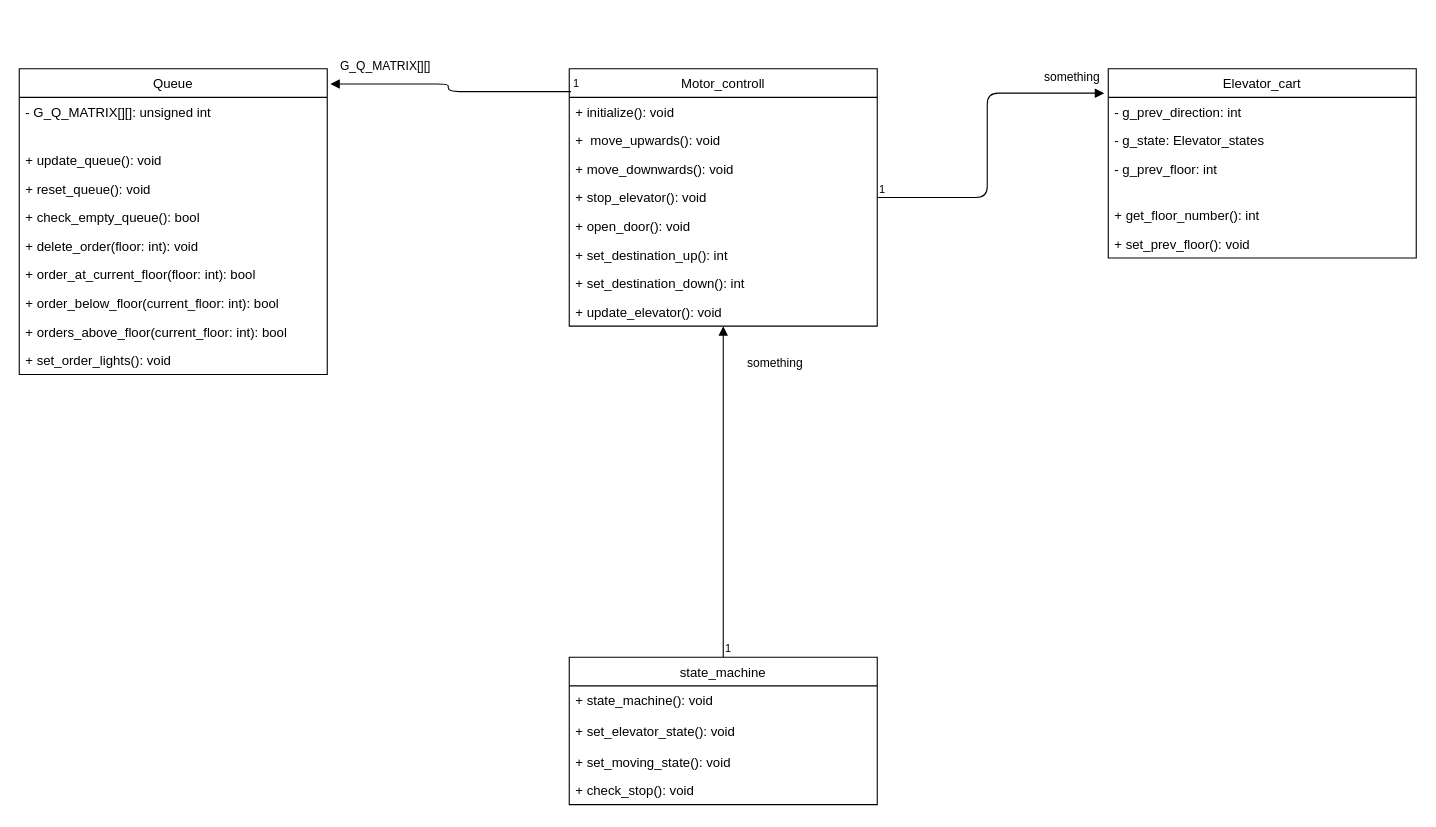
Earlier version of the draw.io diagram Untitled Diagram.drawio (aurorami1211/heilab). Source tidied: cells renumbered, new cells numbered last; positions are measured from the earlier drawing's top-left corner, leaving out a move shared by most shapes. Both pictures are drawn from the tidied source at 110%, with x=0, y=0 at pixel (19, 68).
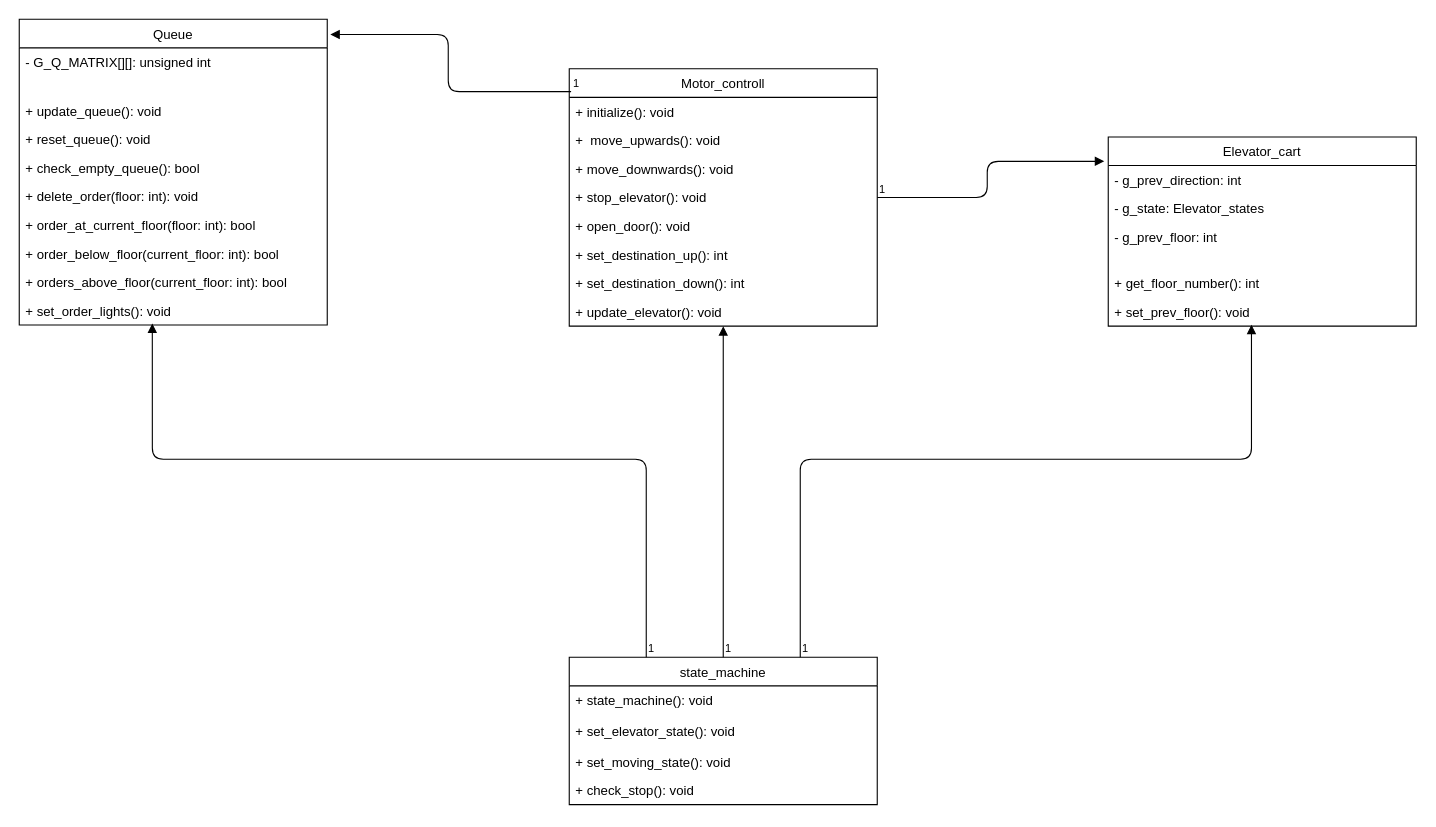
After the change.

Unchanged cells that the change refers to:
```xml
<mxCell id="7" value="+ set_prev_floor(): void" style="text;strokeColor=none;fillColor=none;align=left;verticalAlign=top;spacingLeft=4;spacingRight=4;overflow=hidden;points=[[0,0.5],[1,0.5]];portConstraint=eastwest;" parent="2" vertex="1">
  <mxGeometry y="146" width="280" height="26" as="geometry" />
</mxCell>
<mxCell id="17" value="+ set_order_lights(): void" style="text;strokeColor=none;fillColor=none;align=left;verticalAlign=top;spacingLeft=4;spacingRight=4;overflow=hidden;points=[[0,0.5],[1,0.5]];portConstraint=eastwest;" parent="8" vertex="1">
  <mxGeometry y="252" width="280" height="26" as="geometry" />
</mxCell>
<mxCell id="18" value="state_machine" style="swimlane;fontStyle=0;horizontal=1;startSize=26;fillColor=none;" parent="1" vertex="1">
  <mxGeometry x="500" y="535" width="280" height="134" as="geometry" />
</mxCell>
<mxCell id="23" value="Motor_controll" style="swimlane;fontStyle=0;horizontal=1;startSize=26;fillColor=none;" parent="1" vertex="1">
  <mxGeometry x="500" width="280" height="234" as="geometry" />
</mxCell>
<mxCell id="27" value="+ stop_elevator(): void" style="text;strokeColor=none;fillColor=none;align=left;verticalAlign=top;spacingLeft=4;spacingRight=4;overflow=hidden;points=[[0,0.5],[1,0.5]];portConstraint=eastwest;" parent="23" vertex="1">
  <mxGeometry y="104" width="280" height="26" as="geometry" />
</mxCell>
<mxCell id="31" value="+ update_elevator(): void" style="text;strokeColor=none;fillColor=none;align=left;verticalAlign=top;spacingLeft=4;spacingRight=4;overflow=hidden;points=[[0,0.5],[1,0.5]];portConstraint=eastwest;" parent="23" vertex="1">
  <mxGeometry y="208" width="280" height="26" as="geometry" />
</mxCell>
```

What changed in the source:
```diff
@@
     <mxCell id="2" value="Elevator_cart" style="swimlane;fontStyle=0;horizontal=1;startSize=26;fillColor=none;" parent="1" vertex="1">
-      <mxGeometry x="990" width="280" height="172" as="geometry" />
+      <mxGeometry x="990" y="62" width="280" height="172" as="geometry" />
     </mxCell>
@@
     <mxCell id="8" value="Queue" style="swimlane;fontStyle=0;horizontal=1;startSize=26;fillColor=none;" parent="1" vertex="1">
-      <mxGeometry width="280" height="278" as="geometry" />
+      <mxGeometry y="-45" width="280" height="278" as="geometry" />
     </mxCell>
@@
-    <mxCell id="32" value="G_Q_MATRIX[][]" style="endArrow=block;endFill=1;html=1;edgeStyle=orthogonalEdgeStyle;align=left;verticalAlign=top;exitX=0.006;exitY=0.089;exitDx=0;exitDy=0;exitPerimeter=0;entryX=1.01;entryY=0.05;entryDx=0;entryDy=0;entryPerimeter=0;" parent="1" edge="1" source="23" target="8">
+    <mxCell id="32" style="endArrow=block;endFill=1;html=1;edgeStyle=orthogonalEdgeStyle;align=left;verticalAlign=top;exitX=0.006;exitY=0.089;exitDx=0;exitDy=0;exitPerimeter=0;entryX=1.01;entryY=0.05;entryDx=0;entryDy=0;entryPerimeter=0;" parent="1" edge="1" source="23" target="8">
       <mxGeometry x="0.94" y="-29" relative="1" as="geometry" />
     </mxCell>
@@
-    <mxCell id="34" value="something" style="endArrow=block;endFill=1;html=1;edgeStyle=orthogonalEdgeStyle;align=left;verticalAlign=top;" parent="1" edge="1" source="18" target="31">
+    <mxCell id="34" style="endArrow=block;endFill=1;html=1;edgeStyle=orthogonalEdgeStyle;align=left;verticalAlign=top;" parent="1" edge="1" source="18" target="31">
       <mxGeometry x="0.86" y="-20" relative="1" as="geometry">
         <Array as="points">
           <mxPoint x="640" y="315" />
           <mxPoint x="640" y="315" />
         </Array>
       </mxGeometry>
     </mxCell>
@@
-    <mxCell id="36" value="something" style="endArrow=block;endFill=1;html=1;edgeStyle=orthogonalEdgeStyle;align=left;verticalAlign=top;entryX=-0.013;entryY=0.129;entryDx=0;entryDy=0;exitX=1;exitY=0.5;exitDx=0;exitDy=0;entryPerimeter=0;" parent="1" edge="1" source="27" target="2">
+    <mxCell id="36" style="endArrow=block;endFill=1;html=1;edgeStyle=orthogonalEdgeStyle;align=left;verticalAlign=top;entryX=-0.013;entryY=0.129;entryDx=0;entryDy=0;exitX=1;exitY=0.5;exitDx=0;exitDy=0;entryPerimeter=0;" parent="1" edge="1" source="27" target="2">
       <mxGeometry x="0.63" y="27" relative="1" as="geometry">
         <Array as="points">
           <mxPoint x="880" y="117" />
-          <mxPoint x="880" y="22" />
+          <mxPoint x="880" y="84" />
         </Array>
       </mxGeometry>
     </mxCell>
@@
+    <mxCell id="38" style="endArrow=block;endFill=1;html=1;edgeStyle=orthogonalEdgeStyle;align=left;verticalAlign=top;entryX=0.432;entryY=0.949;entryDx=0;entryDy=0;entryPerimeter=0;" parent="1" edge="1" target="17">
+      <mxGeometry x="0.86" y="-20" relative="1" as="geometry">
+        <mxPoint x="570" y="535" as="sourcePoint" />
+        <Array as="points">
+          <mxPoint x="570" y="535" />
+          <mxPoint x="570" y="355" />
+          <mxPoint x="121" y="355" />
+        </Array>
+      </mxGeometry>
+    </mxCell>
+    <mxCell id="39" value="1" style="html=1;align=left;verticalAlign=bottom;labelBackgroundColor=#ffffff;fontSize=10;" parent="38" vertex="1">
+      <mxGeometry x="-1" relative="1" as="geometry" />
+    </mxCell>
+    <mxCell id="40" style="endArrow=block;endFill=1;html=1;edgeStyle=orthogonalEdgeStyle;align=left;verticalAlign=top;entryX=0.465;entryY=0.949;entryDx=0;entryDy=0;entryPerimeter=0;" parent="1" edge="1" target="7">
+      <mxGeometry x="0.86" y="-20" relative="1" as="geometry">
+        <mxPoint x="710" y="535" as="sourcePoint" />
+        <Array as="points">
+          <mxPoint x="710" y="355" />
+          <mxPoint x="1120" y="355" />
+        </Array>
+      </mxGeometry>
+    </mxCell>
+    <mxCell id="41" value="1" style="html=1;align=left;verticalAlign=bottom;labelBackgroundColor=#ffffff;fontSize=10;" parent="40" vertex="1">
+      <mxGeometry x="-1" relative="1" as="geometry" />
+    </mxCell>
```
